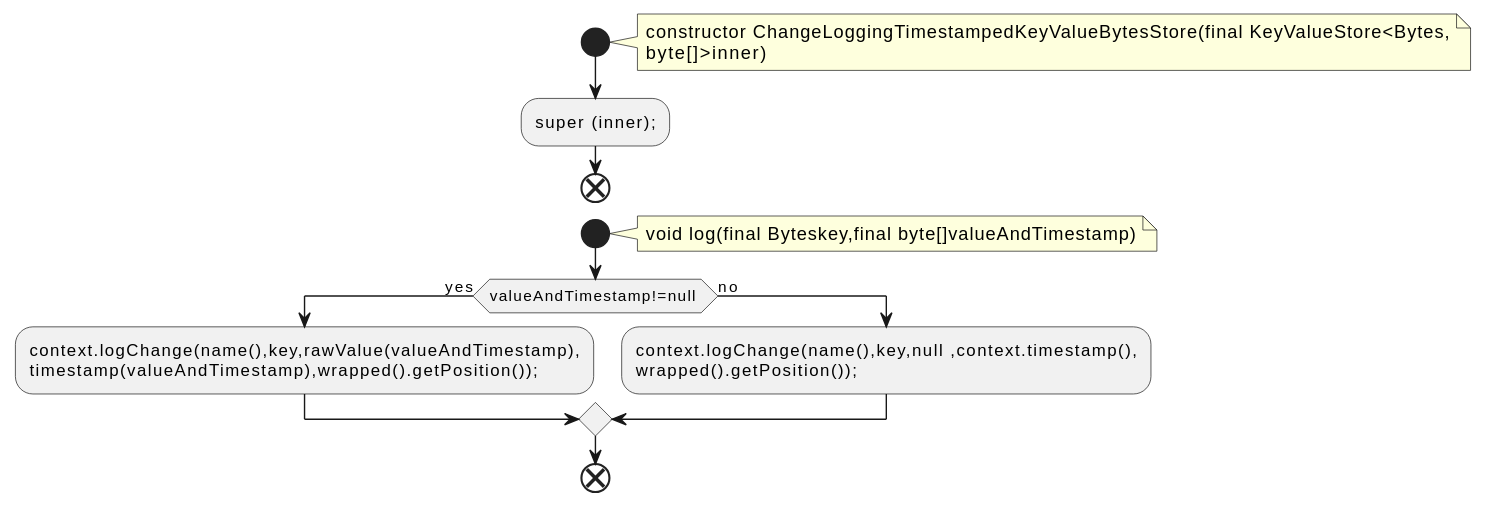
qualitesys/kafka keeps this PlantUML diagram as docs/qc/streams/src/main/java/org/apache/kafka/streams/state/internals/ChangeLoggingTimestampedKeyValueBytesStore.java.fct.svg. Above is the earlier version.
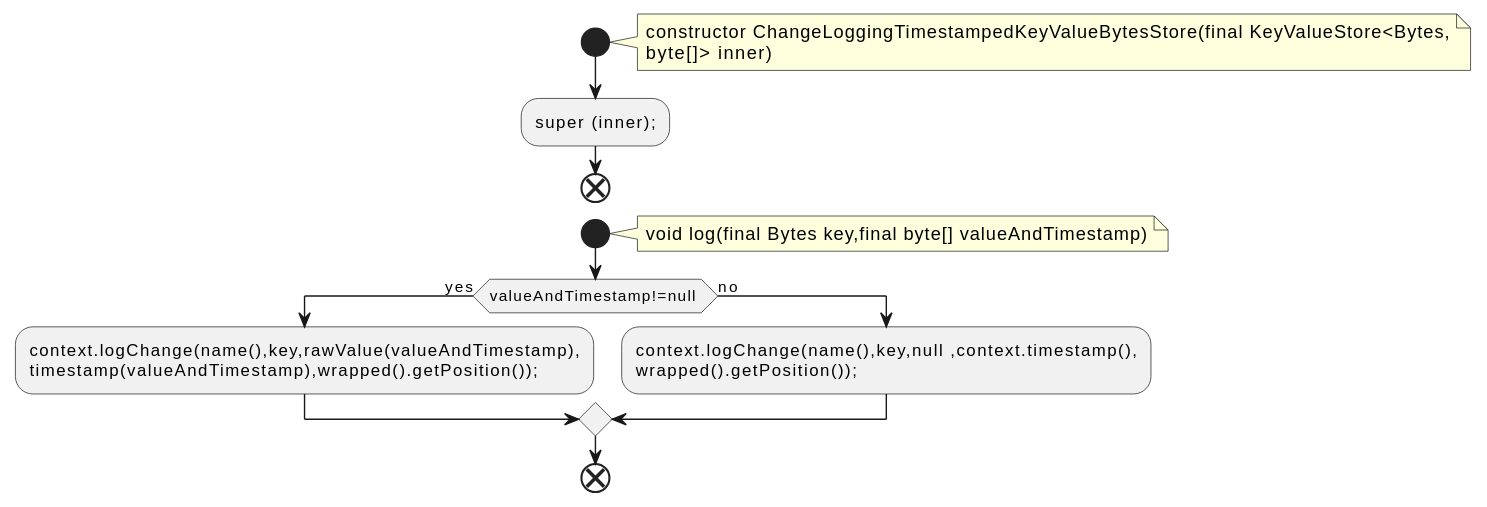
After the change.

Diff of the diagram source:
```diff
@@ -3,13 +3,13 @@
 start
 note right
 constructor ChangeLoggingTimestampedKeyValueBytesStore(final KeyValueStore<Bytes,
-byte[]>inner)
+byte[]> inner)
 end note
 :super (inner);;
 end
 start
 note right
-void log(final Byteskey,final byte[]valueAndTimestamp)
+void log(final Bytes key,final byte[] valueAndTimestamp)
 end note
 if (valueAndTimestamp!=null ) then (yes)
 :context.logChange(name(),key,rawValue(valueAndTimestamp),
```
